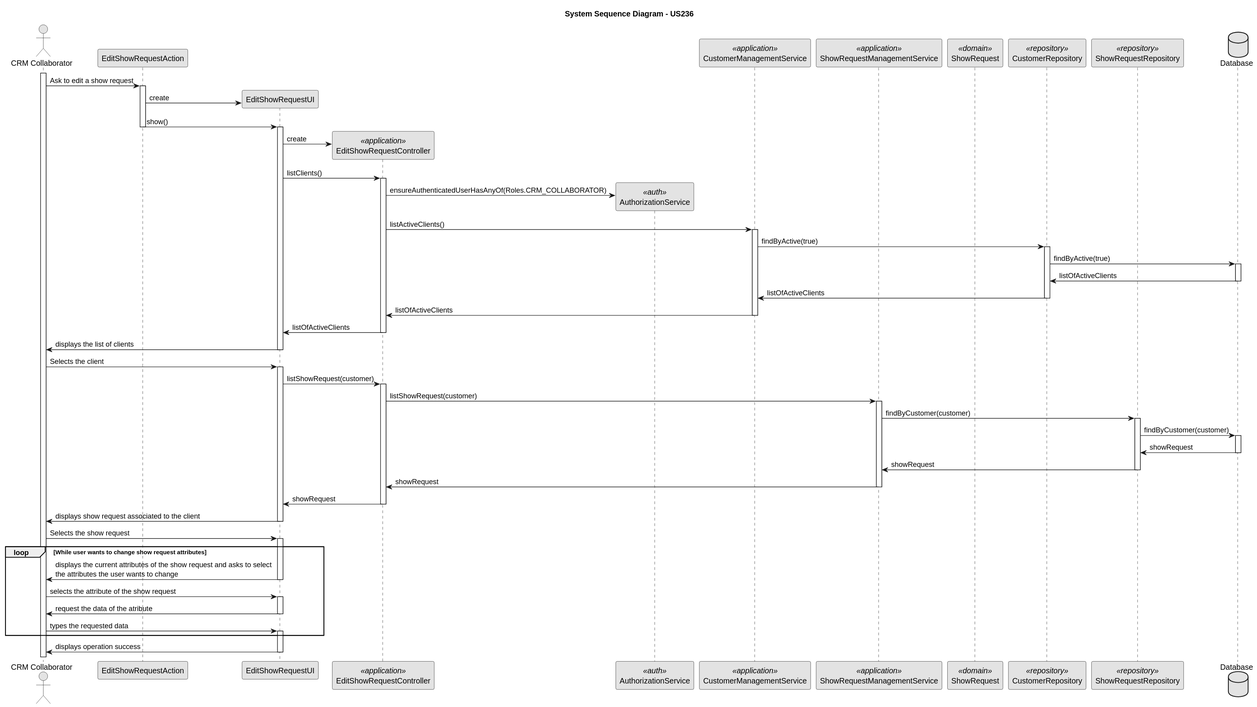
Earlier version of the PlantUML export docs/Sprint2/us_236/images/sequence-diagram-US236.svg (rubenFreitas1/ISEP-LAPR4-2024-2025).
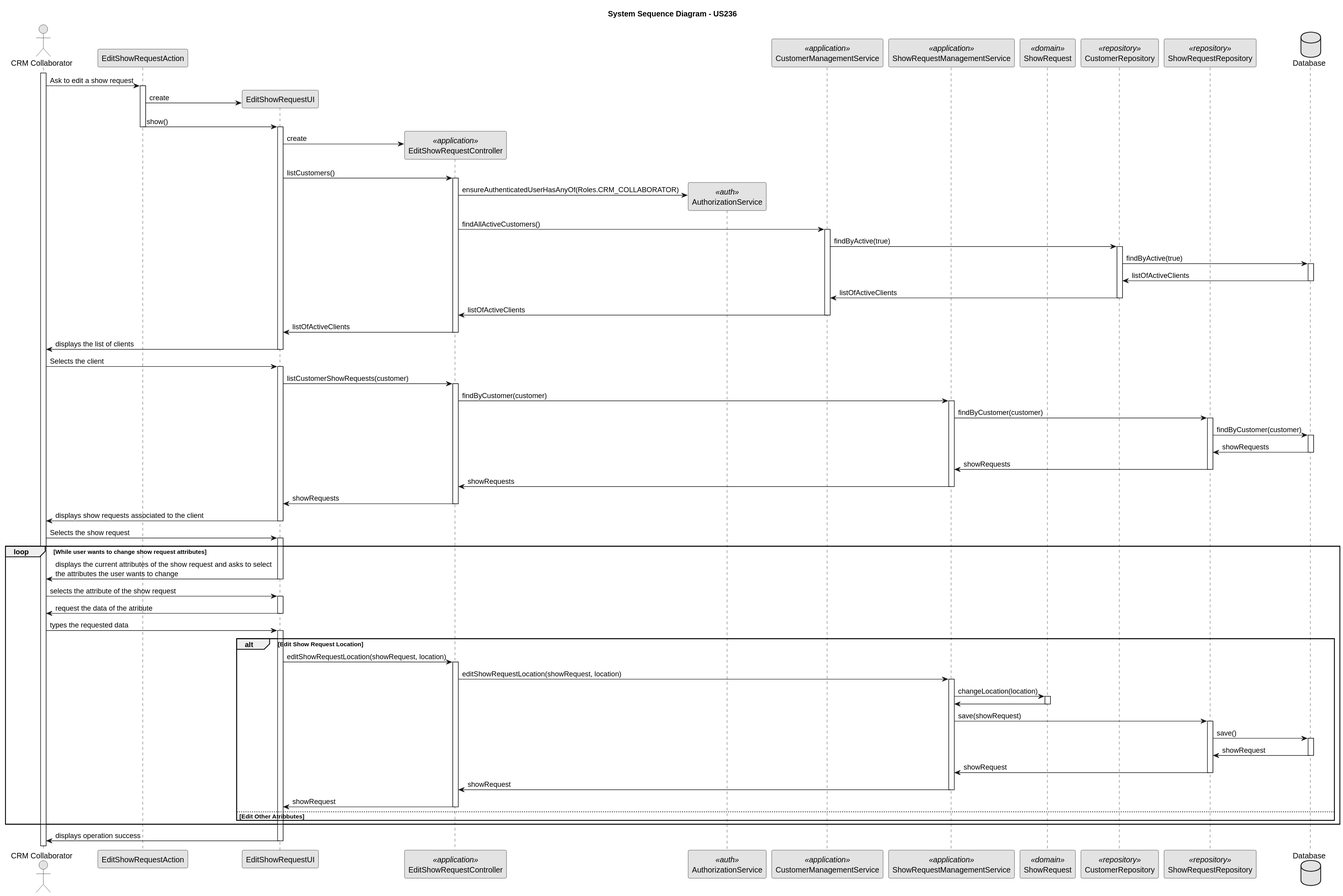
Above is the later version.

Commit message:
completed US236 design #207

Change to the diagram source:
```diff
@@ -17,7 +17,7 @@
 
 title System Sequence Diagram - US236
 
- activate crmCollaborator
+activate crmCollaborator
 
      crmCollaborator -> ACTION : Ask to edit a show request
      activate ACTION
@@ -29,11 +29,11 @@
         activate UI
 
             UI -> CTRL**: create
-            UI -> CTRL : listClients()
+            UI -> CTRL : listCustomers()
             activate CTRL
 
                 CTRL -> AuthorizationService** : ensureAuthenticatedUserHasAnyOf(Roles.CRM_COLLABORATOR)
-                CTRL -> CustomerManagementService : listActiveClients()
+                CTRL -> CustomerManagementService : findAllActiveCustomers()
                 activate CustomerManagementService
 
                     CustomerManagementService -> CustomerRepository : findByActive(true)
@@ -59,10 +59,10 @@
      crmCollaborator -> UI : Selects the client
      activate UI
 
-        UI -> CTRL : listShowRequest(customer)
+        UI -> CTRL : listCustomerShowRequests(customer)
         activate CTRL
 
-            CTRL -> ShowRequestManagementService : listShowRequest(customer)
+            CTRL -> ShowRequestManagementService : findByCustomer(customer)
             activate ShowRequestManagementService
 
                 ShowRequestManagementService -> ShowRequestRepository : findByCustomer(customer)
@@ -71,19 +71,19 @@
                     ShowRequestRepository -> Database : findByCustomer(customer)
                     activate Database
 
-                        Database -> ShowRequestRepository : showRequest
+                        Database -> ShowRequestRepository : showRequests
                     deactivate Database
 
-                    ShowRequestRepository -> ShowRequestManagementService : showRequest
+                    ShowRequestRepository -> ShowRequestManagementService : showRequests
                 deactivate ShowRequestRepository
 
-                ShowRequestManagementService -> CTRL : showRequest
+                ShowRequestManagementService -> CTRL : showRequests
             deactivate ShowRequestManagementService
 
-            CTRL -> UI : showRequest
+            CTRL -> UI : showRequests
         deactivate CTRL
 
-        UI -> crmCollaborator : displays show request associated to the client
+        UI -> crmCollaborator : displays show requests associated to the client
      deactivate UI
 
      crmCollaborator -> UI : Selects the show request
@@ -102,8 +102,40 @@
      crmCollaborator -> UI: types the requested data
      activate UI
 
-         end
-         UI -> crmCollaborator : displays operation success
+        alt Edit Show Request Location
+        UI -> CTRL : editShowRequestLocation(showRequest, location)
+        activate CTRL
+
+            CTRL -> ShowRequestManagementService : editShowRequestLocation(showRequest, location)
+            activate ShowRequestManagementService
+
+                ShowRequestManagementService -> ShowRequest : changeLocation(location)
+                activate ShowRequest
+
+                    ShowRequest -> ShowRequestManagementService :
+                deactivate ShowRequest
+
+                ShowRequestManagementService -> ShowRequestRepository : save(showRequest)
+                activate ShowRequestRepository
+
+                    ShowRequestRepository -> Database : save()
+                    activate Database
+
+                        Database -> ShowRequestRepository : showRequest
+                    deactivate Database
+
+                    ShowRequestRepository -> ShowRequestManagementService : showRequest
+                deactivate ShowRequestRepository
+                ShowRequestManagementService -> CTRL : showRequest
+            deactivate ShowRequestManagementService
+
+            CTRL -> UI : showRequest
+        deactivate CTRL
+
+        else Edit Other Atribbutes
+        end
+        end
+        UI -> crmCollaborator : displays operation success
      deactivate UI
 
  @enduml
```
